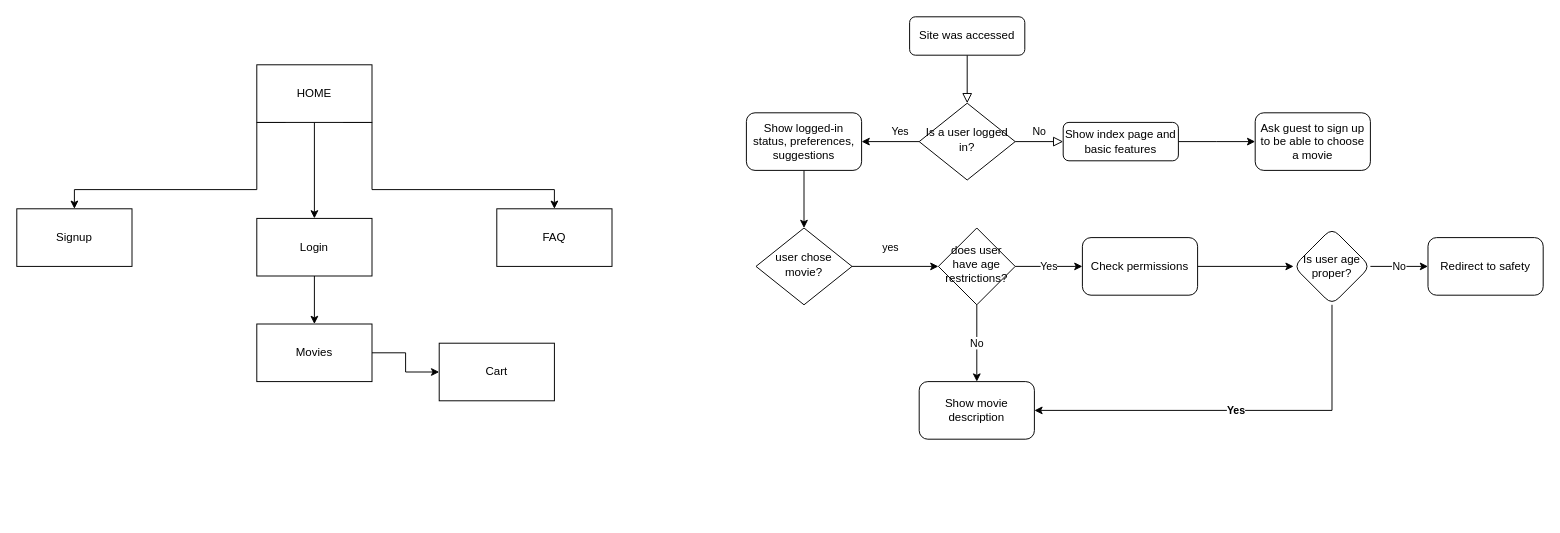
The draw.io diagram video_club_diagram.drawio in projectario/VideoClub, before the edit. Source tidied: cells renumbered, new cells numbered last; positions are measured from the earlier drawing's top-left corner, leaving out a move shared by most shapes. Both pictures are drawn from the tidied source at 96%, with x=0, y=0 at pixel (16, 16).
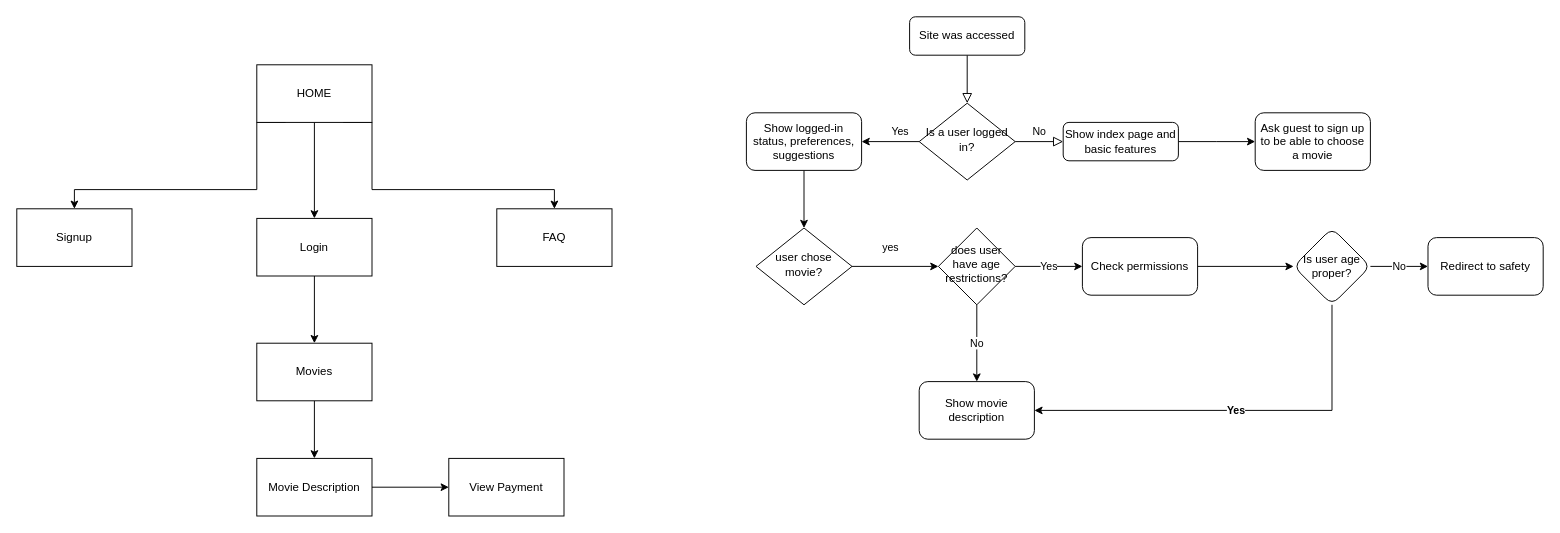
After the change.

What changed in the source:
```diff
@@
-    <mxCell id="31" style="edgeStyle=orthogonalEdgeStyle;rounded=0;jettySize=auto;html=1;" parent="1" edge="1" source="32" target="33">
-      <mxGeometry relative="1" as="geometry" />
-    </mxCell>
+    <mxCell id="36" style="edgeStyle=orthogonalEdgeStyle;rounded=0;jettySize=auto;html=1;" parent="1" edge="1" source="32" target="38">
+      <mxGeometry relative="1" as="geometry" />
+    </mxCell>
     <mxCell id="32" value="Movies" style="rounded=0;whiteSpace=wrap;html=1;" parent="1" vertex="1">
-      <mxGeometry x="250" y="320" width="120" height="60" as="geometry" />
+      <mxGeometry x="250" y="340" width="120" height="60" as="geometry" />
     </mxCell>
-    <mxCell id="33" value="Cart" style="rounded=0;whiteSpace=wrap;html=1;" parent="1" vertex="1">
-      <mxGeometry x="440" y="340" width="120" height="60" as="geometry" />
+    <mxCell id="33" value="View Payment" style="rounded=0;whiteSpace=wrap;html=1;" parent="1" vertex="1">
+      <mxGeometry x="450" y="460" width="120" height="60" as="geometry" />
     </mxCell>
@@
+    <mxCell id="37" style="edgeStyle=orthogonalEdgeStyle;rounded=0;jettySize=auto;html=1;" parent="1" edge="1" source="38" target="33">
+      <mxGeometry relative="1" as="geometry" />
+    </mxCell>
+    <mxCell id="38" value="&lt;div&gt;Movie Description&lt;/div&gt;" style="rounded=0;whiteSpace=wrap;html=1;" parent="1" vertex="1">
+      <mxGeometry x="250" y="460" width="120" height="60" as="geometry" />
+    </mxCell>
```
